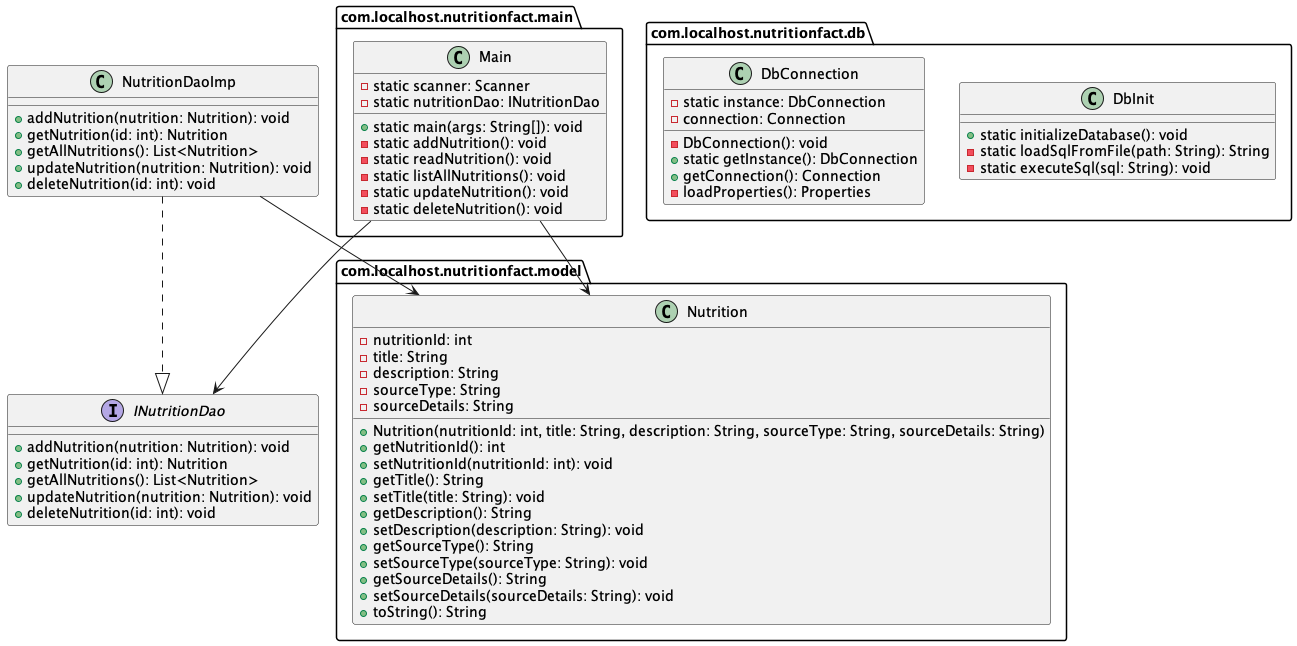
This is out/nutritionfact/nutritionfact.png from eheperson/java-nutrition-fact-detector, a PlantUML export, as it was before one commit.
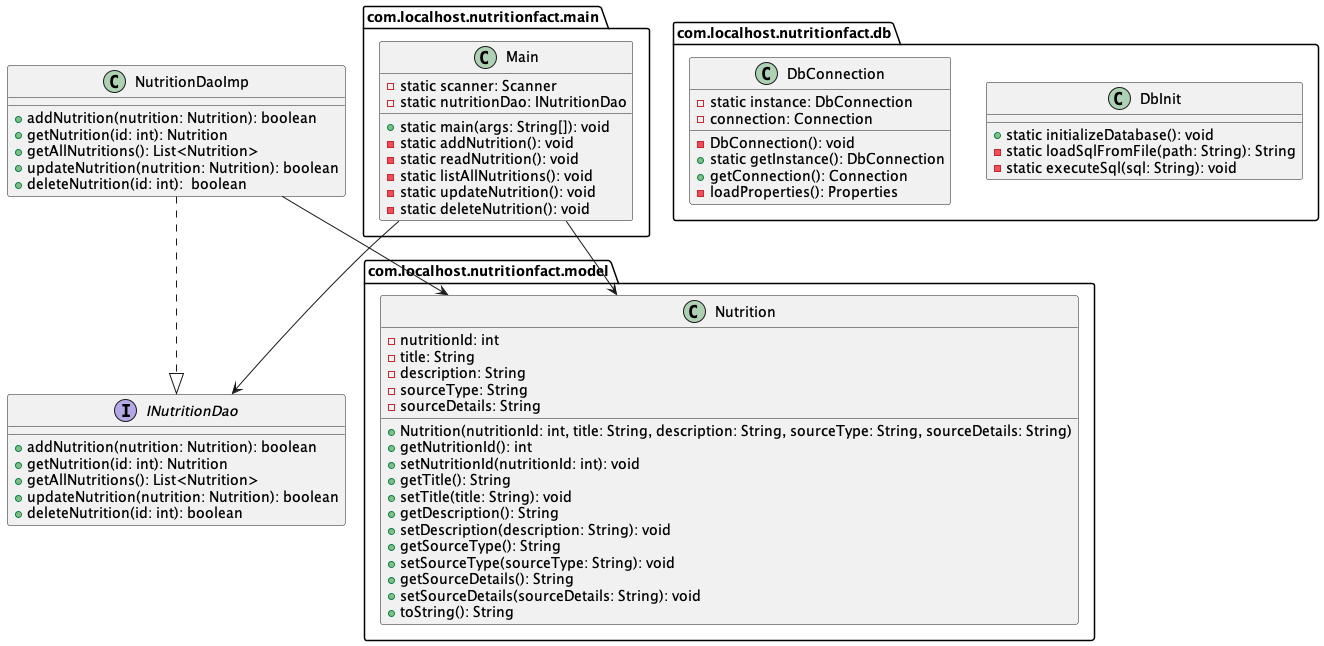
The same file after the commit.

Diff of the diagram source:
```diff
@@ -53,19 +53,19 @@
 }
 
 interface "INutritionDao" {
-    +addNutrition(nutrition: Nutrition): void
+    +addNutrition(nutrition: Nutrition): boolean
     +getNutrition(id: int): Nutrition
     +getAllNutritions(): List<Nutrition>
-    +updateNutrition(nutrition: Nutrition): void
-    +deleteNutrition(id: int): void
+    +updateNutrition(nutrition: Nutrition): boolean
+    +deleteNutrition(id: int): boolean
 }
 
 class "NutritionDaoImp" {
-    +addNutrition(nutrition: Nutrition): void
+    +addNutrition(nutrition: Nutrition): boolean
     +getNutrition(id: int): Nutrition
     +getAllNutritions(): List<Nutrition>
-    +updateNutrition(nutrition: Nutrition): void
-    +deleteNutrition(id: int): void
+    +updateNutrition(nutrition: Nutrition): boolean
+    +deleteNutrition(id: int):  boolean
 }
 
 Main --> Nutrition
```
